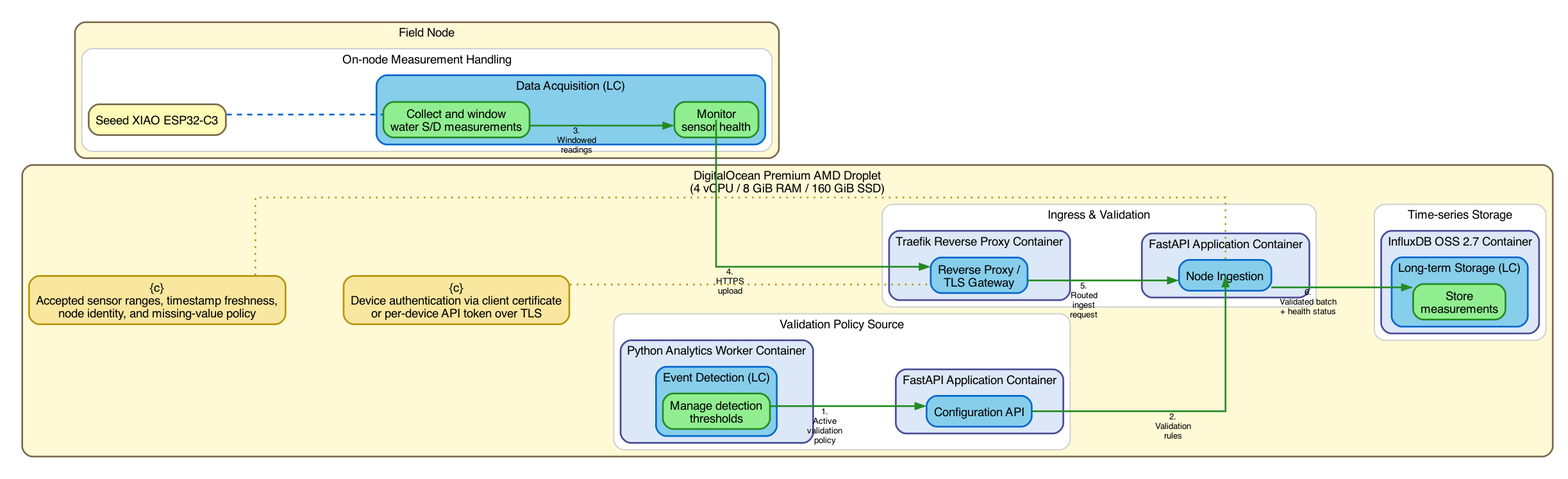
Earlier version of the Graphviz export se/PA/scenario_ingest_validate_node_data.graphviz.png (DeltaLabo/ASADA_Paso_Ancho). Its source is kept beside it as se/PA/scenario_ingest_validate_node_data.dot. Its diagram source:
```dot
digraph ScenarioIngestValidateNodeData {
  graph [
    rankdir=LR,
    splines=ortho,
    newrank=true,
    nodesep=0.55,
    ranksep=0.95,
    pad=0.25,
    compound=true,
    forcelabels=true,
    bgcolor="white",
    fontname="Helvetica"
  ];

  node [
    shape=box,
    style="rounded,filled",
    fillcolor="#FFFCB7",
    color="#7B694F",
    penwidth=2,
    fontname="Helvetica",
    margin="0.12,0.08"
  ];

  edge [
    color="#228B22",
    penwidth=2,
    fontname="Helvetica",
    fontsize=10
  ];

  subgraph cluster_field_node {
    label="Field Node";
    color="#7B694F";
    penwidth=2;
    style="rounded,filled";
    fillcolor="#FFF9D6";

    subgraph cluster_field_processing {
      label="On-node Measurement Handling";
      color="#D0D0D0";
      penwidth=1.5;
      style="rounded,filled";
      fillcolor="white";

      xiao [label="Seeed XIAO ESP32-C3"];

      subgraph cluster_da_lc {
        label="Data Acquisition (LC)";
        color="#0066CC";
        penwidth=2;
        style="rounded,filled";
        fillcolor="#87CEEB";

        LF_DA1 [label="Collect and window\nwater S/D measurements", fillcolor="#90EE90", color="#228B22"];
        LF_DA2 [label="Monitor\nsensor health", fillcolor="#90EE90", color="#228B22"];

        LF_DA1 -> LF_DA2 [style=invis, weight=15];
      }

      xiao -> LF_DA1 [style=invis, weight=20];
    }
  }

  subgraph cluster_server_host {
    label="DigitalOcean Premium AMD Droplet\n(4 vCPU / 8 GiB RAM / 160 GiB SSD)";
    color="#7B694F";
    penwidth=2;
    style="rounded,filled";
    fillcolor="#FFF9D6";

    subgraph cluster_policy_source {
      label="Validation Policy Source";
      color="#D0D0D0";
      penwidth=1.5;
      style="rounded,filled";
      fillcolor="white";

      subgraph cluster_analytics_container {
        label="Python Analytics Worker Container";
        color="#4A4A97";
        penwidth=2;
        style="rounded,filled";
        fillcolor="#DCE8F7";

        subgraph cluster_event_lc {
          label="Event Detection (LC)";
          color="#0066CC";
          penwidth=2;
          style="rounded,filled";
          fillcolor="#87CEEB";

          LF_ED_CONF [label="Manage detection\nthresholds", fillcolor="#90EE90", color="#228B22"];
        }
      }

      subgraph cluster_fastapi_config {
        label="FastAPI Application Container";
        color="#4A4A97";
        penwidth=2;
        style="rounded,filled";
        fillcolor="#DCE8F7";

        lc_config [label="Configuration API", fillcolor="#87CEEB", color="#0066CC"];
      }

      LF_ED_CONF -> lc_config [style=invis, weight=15];
    }

    subgraph cluster_ingress_validation {
      label="Ingress & Validation";
      color="#D0D0D0";
      penwidth=1.5;
      style="rounded,filled";
      fillcolor="white";

      subgraph cluster_traefik {
        label="Traefik Reverse Proxy Container";
        color="#4A4A97";
        penwidth=2;
        style="rounded,filled";
        fillcolor="#DCE8F7";

        lc_gateway [label="Reverse Proxy /\nTLS Gateway", fillcolor="#87CEEB", color="#0066CC"];
      }

      subgraph cluster_fastapi_ingest {
        label="FastAPI Application Container";
        color="#4A4A97";
        penwidth=2;
        style="rounded,filled";
        fillcolor="#DCE8F7";

        lc_ingest [label="Node Ingestion", fillcolor="#87CEEB", color="#0066CC"];
      }

      lc_gateway -> lc_ingest [style=invis, weight=20];
    }

    subgraph cluster_storage_lane {
      label="Time-series Storage";
      color="#D0D0D0";
      penwidth=1.5;
      style="rounded,filled";
      fillcolor="white";

      subgraph cluster_influxdb {
        label="InfluxDB OSS 2.7 Container";
        color="#4A4A97";
        penwidth=2;
        style="rounded,filled";
        fillcolor="#DCE8F7";

        subgraph cluster_lts_lc {
          label="Long-term Storage (LC)";
          color="#0066CC";
          penwidth=2;
          style="rounded,filled";
          fillcolor="#87CEEB";

          LF_LTS4 [label="Store\nmeasurements", fillcolor="#90EE90", color="#228B22"];
        }
      }
    }

    validation_c [label="{c}\nAccepted sensor ranges, timestamp freshness,\nnode identity, and missing-value policy", fillcolor="#F9E79F", color="#B7950B"];
    transport_c [label="{c}\nDevice authentication via client certificate\nor per-device API token over TLS", fillcolor="#F9E79F", color="#B7950B"];

    validation_c -> transport_c [style=invis, weight=10];
  }

  xiao -> LF_DA1 [style=dashed, arrowhead=none, color="#0066CC", constraint=false];
  LF_ED_CONF:e -> lc_config:w [xlabel="1.\nActive\nvalidation\npolicy"];
  lc_config:e -> lc_ingest:w [xlabel="2.\nValidation\nrules"];
  LF_DA1:e -> LF_DA2:w [xlabel="3.\nWindowed\nreadings"];
  LF_DA2:e -> lc_gateway:w [xlabel="4.\nHTTPS\nupload"];
  lc_gateway:e -> lc_ingest:w [xlabel="5.\nRouted\ningest\nrequest"];
  lc_ingest:e -> LF_LTS4:w [xlabel="6.\nValidated batch\n+ health status"];

  validation_c -> lc_ingest [style=dotted, arrowhead=none, color="#B7950B", constraint=false];
  transport_c -> lc_gateway [style=dotted, arrowhead=none, color="#B7950B", constraint=false];
}
```
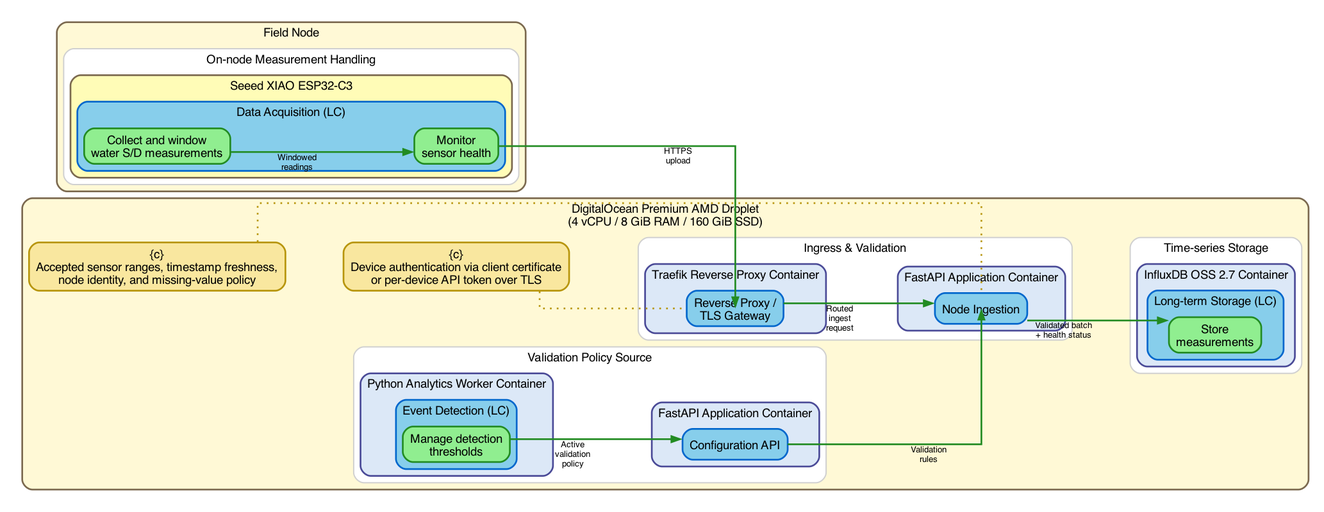
After the commit.

The edit, as a diff of the source:
```diff
@@ -43,22 +43,26 @@
       style="rounded,filled";
       fillcolor="white";
 
-      xiao [label="Seeed XIAO ESP32-C3"];
-
-      subgraph cluster_da_lc {
-        label="Data Acquisition (LC)";
-        color="#0066CC";
+      subgraph cluster_xiao {
+        label="Seeed XIAO ESP32-C3";
+        color="#7B694F";
         penwidth=2;
         style="rounded,filled";
-        fillcolor="#87CEEB";
+        fillcolor="#FFFCB7";
 
-        LF_DA1 [label="Collect and window\nwater S/D measurements", fillcolor="#90EE90", color="#228B22"];
-        LF_DA2 [label="Monitor\nsensor health", fillcolor="#90EE90", color="#228B22"];
+        subgraph cluster_da_lc {
+          label="Data Acquisition (LC)";
+          color="#0066CC";
+          penwidth=2;
+          style="rounded,filled";
+          fillcolor="#87CEEB";
 
-        LF_DA1 -> LF_DA2 [style=invis, weight=15];
+          LF_DA1 [label="Collect and window\nwater S/D measurements", fillcolor="#90EE90", color="#228B22"];
+          LF_DA2 [label="Monitor\nsensor health", fillcolor="#90EE90", color="#228B22"];
+
+          LF_DA1 -> LF_DA2 [style=invis, weight=15];
+        }
       }
-
-      xiao -> LF_DA1 [style=invis, weight=20];
     }
   }
 
@@ -169,13 +173,12 @@
     validation_c -> transport_c [style=invis, weight=10];
   }
 
-  xiao -> LF_DA1 [style=dashed, arrowhead=none, color="#0066CC", constraint=false];
-  LF_ED_CONF:e -> lc_config:w [xlabel="1.\nActive\nvalidation\npolicy"];
-  lc_config:e -> lc_ingest:w [xlabel="2.\nValidation\nrules"];
-  LF_DA1:e -> LF_DA2:w [xlabel="3.\nWindowed\nreadings"];
-  LF_DA2:e -> lc_gateway:w [xlabel="4.\nHTTPS\nupload"];
-  lc_gateway:e -> lc_ingest:w [xlabel="5.\nRouted\ningest\nrequest"];
-  lc_ingest:e -> LF_LTS4:w [xlabel="6.\nValidated batch\n+ health status"];
+  LF_ED_CONF:e -> lc_config:w [xlabel="Active\nvalidation\npolicy"];
+  lc_config:e -> lc_ingest:w [xlabel="Validation\nrules"];
+  LF_DA1:e -> LF_DA2:w [xlabel="Windowed\nreadings"];
+  LF_DA2:e -> lc_gateway:w [xlabel="HTTPS\nupload"];
+  lc_gateway:e -> lc_ingest:w [xlabel="Routed\ningest\nrequest"];
+  lc_ingest:e -> LF_LTS4:w [xlabel="Validated batch\n+ health status"];
 
   validation_c -> lc_ingest [style=dotted, arrowhead=none, color="#B7950B", constraint=false];
   transport_c -> lc_gateway [style=dotted, arrowhead=none, color="#B7950B", constraint=false];
```
